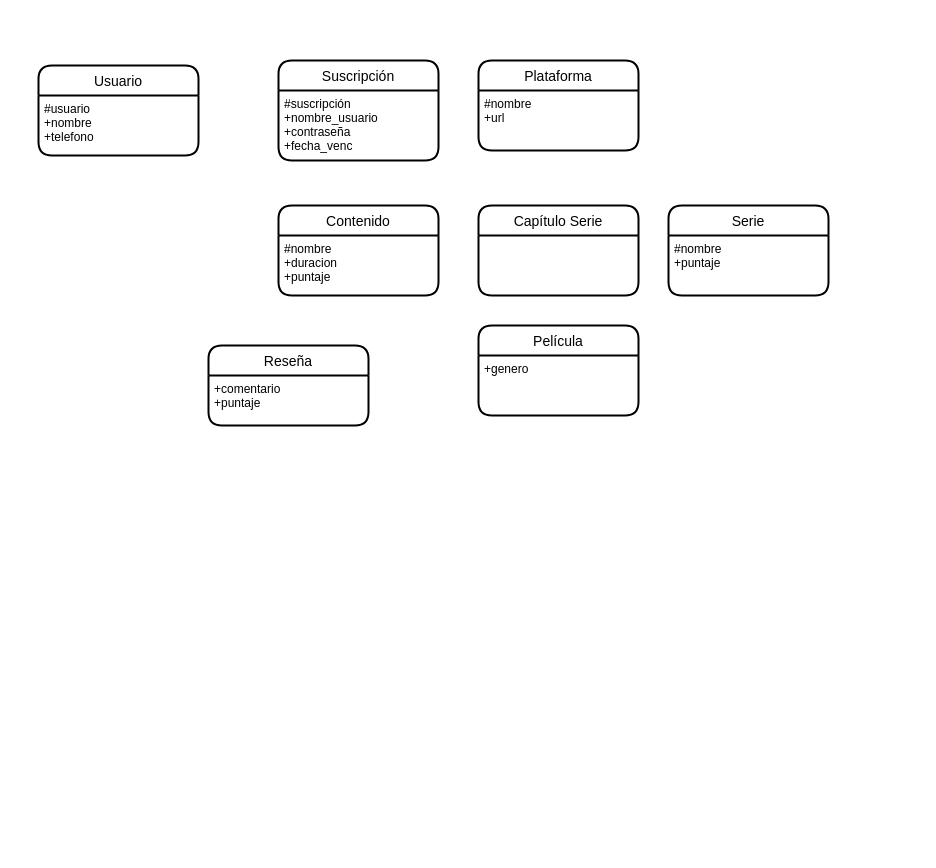
Before: 8_ContenidosTV.drawio in senras/BD1, a draw.io diagram. Source tidied: cells renumbered, new cells numbered last; positions are measured from the earlier drawing's top-left corner, leaving out a move shared by most shapes. Both pictures are drawn from the tidied source at 100%, with x=0, y=0 at pixel (38, 60).
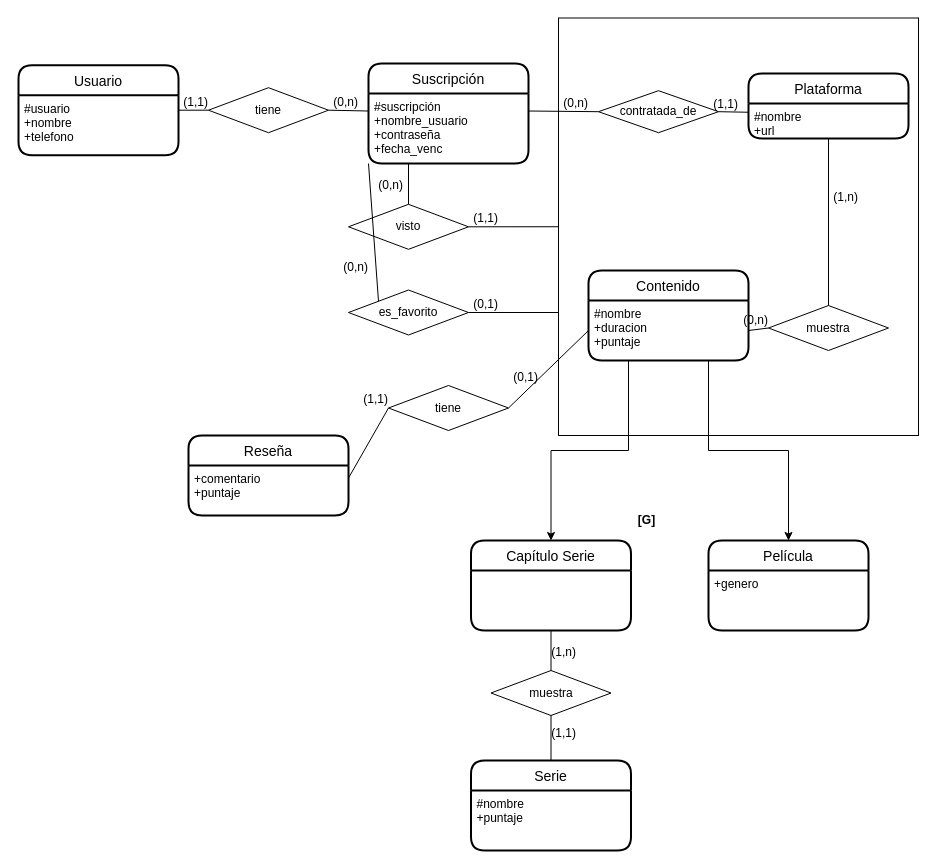
Above is the later version.

The change refers to these unchanged cells:
```xml
<mxCell id="3" value="#usuario&#10;+nombre&#10;+telefono" style="align=left;strokeColor=none;fillColor=none;spacingLeft=4;fontSize=12;verticalAlign=top;fontStyle=0;" parent="2" vertex="1">
  <mxGeometry y="30" width="160" height="60" as="geometry" />
</mxCell>
<mxCell id="5" value="#nombre&#10;+duracion&#10;+puntaje" style="align=left;strokeColor=none;fillColor=none;spacingLeft=4;fontSize=12;verticalAlign=top;fontStyle=0;" parent="4" vertex="1">
  <mxGeometry y="30" width="160" height="60" as="geometry" />
</mxCell>
<mxCell id="14" value="#suscripción&#10;+nombre_usuario&#10;+contraseña&#10;+fecha_venc" style="align=left;strokeColor=none;fillColor=none;spacingLeft=4;fontSize=12;verticalAlign=top;fontStyle=0;" parent="13" vertex="1">
  <mxGeometry y="30" width="160" height="70" as="geometry" />
</mxCell>
<mxCell id="16" value="+comentario&#10;+puntaje&#10;" style="align=left;strokeColor=none;fillColor=none;spacingLeft=4;fontSize=12;verticalAlign=top;" parent="15" vertex="1">
  <mxGeometry y="30" width="160" height="50" as="geometry" />
</mxCell>
```

Diff of the diagram source:
```diff
@@
+    <mxCell id="17" style="rounded=0;whiteSpace=wrap;html=1;" parent="1" vertex="1">
+      <mxGeometry x="520" y="-42.5" width="360" height="417.5" as="geometry" />
+    </mxCell>
     <mxCell id="2" value="Usuario" style="swimlane;horizontal=1;startSize=30;rounded=1;fontSize=14;fontStyle=0;strokeWidth=2;shadow=0;dashed=0;align=center;" parent="1" vertex="1">
-      <mxGeometry y="5" width="160" height="90" as="geometry" />
+      <mxGeometry x="-20" y="4.7" width="160" height="90" as="geometry" />
     </mxCell>
@@
     <mxCell id="4" value="Contenido" style="swimlane;horizontal=1;startSize=30;rounded=1;fontSize=14;fontStyle=0;strokeWidth=2;shadow=0;dashed=0;align=center;" parent="1" vertex="1">
-      <mxGeometry x="240" y="145" width="160" height="90" as="geometry" />
+      <mxGeometry x="550" y="210" width="160" height="90" as="geometry" />
     </mxCell>
@@
     <mxCell id="6" value="Película" style="swimlane;horizontal=1;startSize=30;rounded=1;fontSize=14;fontStyle=0;strokeWidth=2;shadow=0;dashed=0;align=center;" parent="1" vertex="1">
-      <mxGeometry x="440" y="265" width="160" height="90" as="geometry" />
+      <mxGeometry x="670" y="480" width="160" height="90" as="geometry" />
     </mxCell>
@@
     <mxCell id="8" value="Capítulo Serie" style="swimlane;horizontal=1;startSize=30;rounded=1;fontSize=14;fontStyle=0;strokeWidth=2;shadow=0;dashed=0;align=center;" parent="1" vertex="1">
-      <mxGeometry x="440" y="145" width="160" height="90" as="geometry" />
+      <mxGeometry x="432.5" y="480" width="160" height="90" as="geometry" />
     </mxCell>
     <mxCell id="9" value="Serie" style="swimlane;horizontal=1;startSize=30;rounded=1;fontSize=14;fontStyle=0;strokeWidth=2;shadow=0;dashed=0;align=center;" parent="1" vertex="1">
-      <mxGeometry x="630" y="145" width="160" height="90" as="geometry" />
+      <mxGeometry x="432.5" y="700" width="160" height="90" as="geometry" />
     </mxCell>
@@
     <mxCell id="11" value="Plataforma" style="swimlane;horizontal=1;startSize=30;rounded=1;fontSize=14;fontStyle=0;strokeWidth=2;shadow=0;dashed=0;align=center;" parent="1" vertex="1">
-      <mxGeometry x="440" width="160" height="90" as="geometry" />
+      <mxGeometry x="710" y="13" width="160" height="65" as="geometry" />
     </mxCell>
     <mxCell id="12" value="#nombre&#10;+url" style="align=left;strokeColor=none;fillColor=none;spacingLeft=4;fontSize=12;verticalAlign=top;fontStyle=0;" parent="11" vertex="1">
-      <mxGeometry y="30" width="160" height="60" as="geometry" />
+      <mxGeometry y="30" width="160" height="35" as="geometry" />
     </mxCell>
     <mxCell id="13" value="Suscripción" style="swimlane;horizontal=1;startSize=30;rounded=1;fontSize=14;fontStyle=0;strokeWidth=2;shadow=0;dashed=0;align=center;" parent="1" vertex="1">
-      <mxGeometry x="240" width="160" height="100" as="geometry" />
+      <mxGeometry x="330" y="3" width="160" height="100" as="geometry" />
     </mxCell>
@@
     <mxCell id="15" value="Reseña" style="swimlane;horizontal=1;startSize=30;rounded=1;fontSize=14;fontStyle=0;strokeWidth=2;shadow=0;dashed=0;align=center;" parent="1" vertex="1">
-      <mxGeometry x="170" y="285" width="160" height="80" as="geometry" />
+      <mxGeometry x="150" y="375" width="160" height="80" as="geometry" />
     </mxCell>
@@
+    <mxCell id="18" value="tiene" style="shape=rhombus;perimeter=rhombusPerimeter;whiteSpace=wrap;html=1;align=center;" parent="1" vertex="1">
+      <mxGeometry x="170" y="27.2" width="120" height="45" as="geometry" />
+    </mxCell>
+    <mxCell id="19" style="endArrow=none;html=1;rounded=0;exitX=1;exitY=0.25;exitDx=0;exitDy=0;entryX=0;entryY=0.5;entryDx=0;entryDy=0;" parent="1" edge="1" source="3" target="18">
+      <mxGeometry relative="1" as="geometry" />
+    </mxCell>
+    <mxCell id="20" value="(1,1)" style="html=1;align=right;verticalAlign=bottom;" parent="19" vertex="1">
+      <mxGeometry x="1" relative="1" as="geometry" />
+    </mxCell>
+    <mxCell id="21" style="endArrow=none;html=1;rounded=0;exitX=1;exitY=0.5;exitDx=0;exitDy=0;entryX=0;entryY=0.25;entryDx=0;entryDy=0;" parent="1" edge="1" source="18" target="14">
+      <mxGeometry relative="1" as="geometry" />
+    </mxCell>
+    <mxCell id="22" value="(0,n)" style="html=1;align=right;verticalAlign=bottom;" parent="21" vertex="1">
+      <mxGeometry x="1" relative="1" as="geometry">
+        <mxPoint x="-10" as="offset" />
+      </mxGeometry>
+    </mxCell>
+    <mxCell id="23" value="contratada_de" style="shape=rhombus;perimeter=rhombusPerimeter;whiteSpace=wrap;html=1;align=center;" parent="1" vertex="1">
+      <mxGeometry x="560" y="30.2" width="120" height="42" as="geometry" />
+    </mxCell>
+    <mxCell id="24" style="endArrow=none;html=1;rounded=0;exitX=1;exitY=0.25;exitDx=0;exitDy=0;entryX=0;entryY=0.5;entryDx=0;entryDy=0;" parent="1" edge="1" source="14" target="23">
+      <mxGeometry relative="1" as="geometry" />
+    </mxCell>
+    <mxCell id="25" value="(0,n)" style="html=1;align=right;verticalAlign=bottom;" parent="24" vertex="1">
+      <mxGeometry x="1" relative="1" as="geometry">
+        <mxPoint x="-10" as="offset" />
+      </mxGeometry>
+    </mxCell>
+    <mxCell id="26" style="endArrow=none;html=1;rounded=0;exitX=1;exitY=0.5;exitDx=0;exitDy=0;entryX=0;entryY=0.25;entryDx=0;entryDy=0;" parent="1" edge="1" source="23" target="12">
+      <mxGeometry relative="1" as="geometry" />
+    </mxCell>
+    <mxCell id="27" value="(1,1)" style="html=1;align=right;verticalAlign=bottom;" parent="26" vertex="1">
+      <mxGeometry x="1" relative="1" as="geometry">
+        <mxPoint x="-10" as="offset" />
+      </mxGeometry>
+    </mxCell>
+    <mxCell id="28" value="muestra" style="shape=rhombus;perimeter=rhombusPerimeter;whiteSpace=wrap;html=1;align=center;" parent="1" vertex="1">
+      <mxGeometry x="730" y="245" width="120" height="45" as="geometry" />
+    </mxCell>
+    <mxCell id="29" style="endArrow=none;html=1;rounded=0;exitX=1;exitY=0.5;exitDx=0;exitDy=0;entryX=0;entryY=0.5;entryDx=0;entryDy=0;" parent="1" edge="1" source="5" target="28">
+      <mxGeometry relative="1" as="geometry" />
+    </mxCell>
+    <mxCell id="30" value="(0,n)" style="html=1;align=right;verticalAlign=bottom;" parent="29" vertex="1">
+      <mxGeometry x="1" relative="1" as="geometry" />
+    </mxCell>
+    <mxCell id="31" style="endArrow=none;html=1;rounded=0;exitX=0.5;exitY=0;exitDx=0;exitDy=0;entryX=0.5;entryY=1;entryDx=0;entryDy=0;" parent="1" edge="1" source="28" target="12">
+      <mxGeometry relative="1" as="geometry" />
+    </mxCell>
+    <mxCell id="32" value="(1,n)" style="html=1;align=right;verticalAlign=bottom;" parent="31" vertex="1">
+      <mxGeometry x="1" relative="1" as="geometry">
+        <mxPoint x="30" y="67" as="offset" />
+      </mxGeometry>
+    </mxCell>
+    <mxCell id="33" style="edgeStyle=orthogonalEdgeStyle;rounded=0;jettySize=auto;html=1;exitX=0.25;exitY=1;exitDx=0;exitDy=0;entryX=0.5;entryY=0;entryDx=0;entryDy=0;" parent="1" edge="1" source="5" target="8">
+      <mxGeometry relative="1" as="geometry" />
+    </mxCell>
+    <mxCell id="34" style="edgeStyle=orthogonalEdgeStyle;rounded=0;jettySize=auto;html=1;exitX=0.75;exitY=1;exitDx=0;exitDy=0;entryX=0.5;entryY=0;entryDx=0;entryDy=0;" parent="1" edge="1" source="5" target="6">
+      <mxGeometry relative="1" as="geometry" />
+    </mxCell>
+    <mxCell id="35" value="&lt;b&gt;[G]&lt;/b&gt;" style="text;html=1;align=center;verticalAlign=middle;strokeColor=none;fillColor=none;" parent="1" vertex="1">
+      <mxGeometry x="587.5" y="445" width="40" height="30" as="geometry" />
+    </mxCell>
+    <mxCell id="36" value="muestra" style="shape=rhombus;perimeter=rhombusPerimeter;whiteSpace=wrap;html=1;align=center;" parent="1" vertex="1">
+      <mxGeometry x="452.5" y="610" width="120" height="45" as="geometry" />
+    </mxCell>
+    <mxCell id="37" style="endArrow=none;html=1;rounded=0;exitX=0.5;exitY=0;exitDx=0;exitDy=0;entryX=0.5;entryY=1;entryDx=0;entryDy=0;" parent="1" edge="1" source="9" target="36">
+      <mxGeometry relative="1" as="geometry" />
+    </mxCell>
+    <mxCell id="38" value="(1,1)" style="html=1;align=right;verticalAlign=bottom;" parent="37" vertex="1">
+      <mxGeometry x="1" relative="1" as="geometry">
+        <mxPoint x="25" y="26" as="offset" />
+      </mxGeometry>
+    </mxCell>
+    <mxCell id="39" style="endArrow=none;html=1;rounded=0;exitX=0.5;exitY=0;exitDx=0;exitDy=0;entryX=0.5;entryY=1;entryDx=0;entryDy=0;" parent="1" edge="1" source="36" target="8">
+      <mxGeometry relative="1" as="geometry" />
+    </mxCell>
+    <mxCell id="40" value="(1,n)" style="html=1;align=right;verticalAlign=bottom;" parent="39" vertex="1">
+      <mxGeometry x="1" relative="1" as="geometry">
+        <mxPoint x="25" y="30" as="offset" />
+      </mxGeometry>
+    </mxCell>
+    <mxCell id="41" value="tiene" style="shape=rhombus;perimeter=rhombusPerimeter;whiteSpace=wrap;html=1;align=center;" parent="1" vertex="1">
+      <mxGeometry x="350" y="325" width="120" height="45" as="geometry" />
+    </mxCell>
+    <mxCell id="42" style="endArrow=none;html=1;rounded=0;exitX=1;exitY=0.25;exitDx=0;exitDy=0;entryX=0;entryY=0.5;entryDx=0;entryDy=0;" parent="1" edge="1" source="16" target="41">
+      <mxGeometry relative="1" as="geometry" />
+    </mxCell>
+    <mxCell id="43" value="(1,1)" style="html=1;align=right;verticalAlign=bottom;" parent="42" vertex="1">
+      <mxGeometry x="1" relative="1" as="geometry" />
+    </mxCell>
+    <mxCell id="44" style="endArrow=none;html=1;rounded=0;exitX=1;exitY=0.5;exitDx=0;exitDy=0;entryX=0;entryY=0.5;entryDx=0;entryDy=0;" parent="1" edge="1" source="41" target="5">
+      <mxGeometry relative="1" as="geometry" />
+    </mxCell>
+    <mxCell id="45" value="(0,1)" style="html=1;align=right;verticalAlign=bottom;" parent="44" vertex="1">
+      <mxGeometry x="1" relative="1" as="geometry">
+        <mxPoint x="-50" y="55" as="offset" />
+      </mxGeometry>
+    </mxCell>
+    <mxCell id="46" style="endArrow=none;html=1;rounded=0;exitX=0;exitY=0.5;exitDx=0;exitDy=0;entryX=1;entryY=0.5;entryDx=0;entryDy=0;" parent="1" edge="1" source="17" target="48">
+      <mxGeometry relative="1" as="geometry" />
+    </mxCell>
+    <mxCell id="47" value="(1,1)" style="html=1;align=right;verticalAlign=bottom;" parent="46" vertex="1">
+      <mxGeometry x="1" relative="1" as="geometry">
+        <mxPoint x="30" as="offset" />
+      </mxGeometry>
+    </mxCell>
+    <mxCell id="48" value="visto" style="shape=rhombus;perimeter=rhombusPerimeter;whiteSpace=wrap;html=1;align=center;" parent="1" vertex="1">
+      <mxGeometry x="310" y="143.8" width="120" height="45" as="geometry" />
+    </mxCell>
+    <mxCell id="49" style="endArrow=none;html=1;rounded=0;exitX=0.5;exitY=0;exitDx=0;exitDy=0;entryX=0.25;entryY=1;entryDx=0;entryDy=0;" parent="1" edge="1" source="48" target="14">
+      <mxGeometry relative="1" as="geometry" />
+    </mxCell>
+    <mxCell id="50" value="(0,n)" style="html=1;align=right;verticalAlign=bottom;" parent="49" vertex="1">
+      <mxGeometry x="1" relative="1" as="geometry">
+        <mxPoint x="-5" y="30" as="offset" />
+      </mxGeometry>
+    </mxCell>
+    <mxCell id="51" value="es_favorito" style="shape=rhombus;perimeter=rhombusPerimeter;whiteSpace=wrap;html=1;align=center;" parent="1" vertex="1">
+      <mxGeometry x="310" y="229.5" width="120" height="45" as="geometry" />
+    </mxCell>
+    <mxCell id="52" style="endArrow=none;html=1;rounded=0;exitX=0;exitY=0;exitDx=0;exitDy=0;entryX=0;entryY=1;entryDx=0;entryDy=0;" parent="1" edge="1" source="51" target="14">
+      <mxGeometry relative="1" as="geometry" />
+    </mxCell>
+    <mxCell id="53" value="(0,n)" style="html=1;align=right;verticalAlign=bottom;" parent="52" vertex="1">
+      <mxGeometry x="1" relative="1" as="geometry">
+        <mxPoint y="112" as="offset" />
+      </mxGeometry>
+    </mxCell>
+    <mxCell id="54" style="endArrow=none;html=1;rounded=0;exitX=0;exitY=0.5;exitDx=0;exitDy=0;entryX=1;entryY=0.5;entryDx=0;entryDy=0;" parent="1" edge="1" target="51">
+      <mxGeometry relative="1" as="geometry">
+        <mxPoint x="520" y="252" as="sourcePoint" />
+      </mxGeometry>
+    </mxCell>
+    <mxCell id="55" value="(0,1)" style="html=1;align=right;verticalAlign=bottom;" parent="54" vertex="1">
+      <mxGeometry x="1" relative="1" as="geometry">
+        <mxPoint x="30" as="offset" />
+      </mxGeometry>
+    </mxCell>
```
